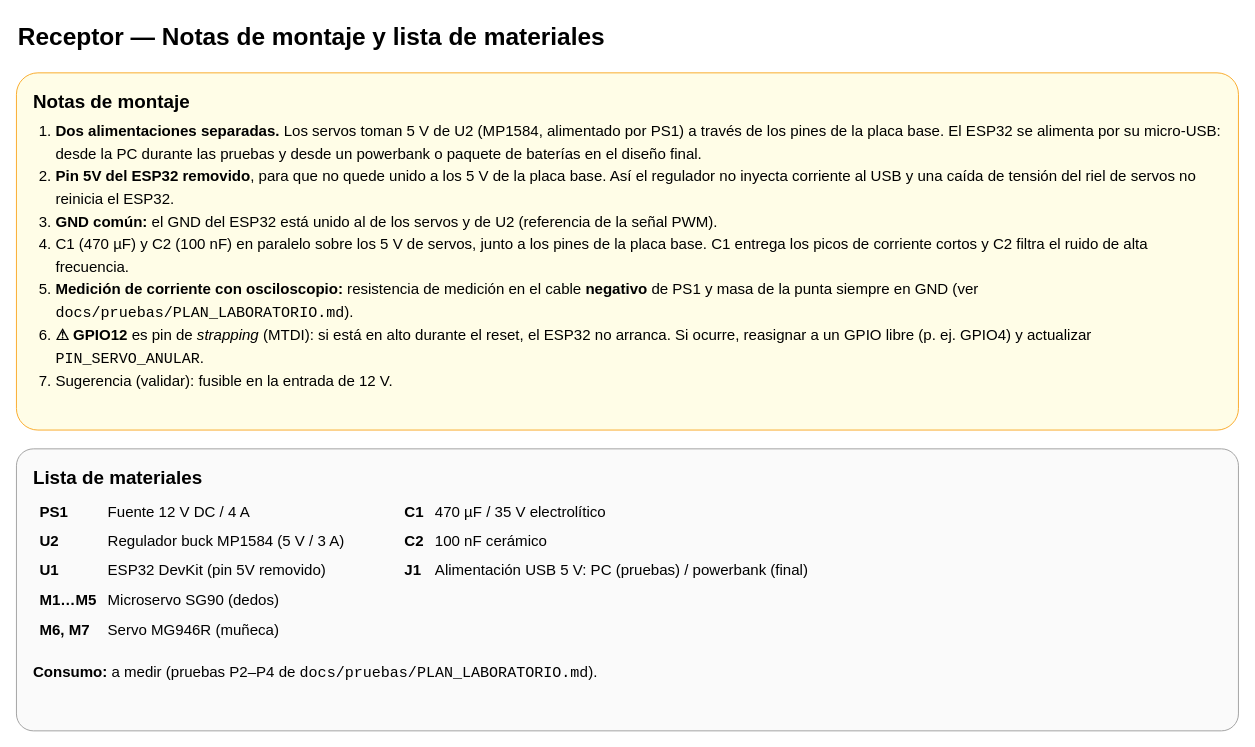
Before: page "Notas y materiales" (2 of 2) of Receptor/Conexionado_Receptor.drawio in sevastianamoroso/proyecto-mano, a draw.io diagram. Source tidied: cells renumbered, new cells numbered last; positions are measured from the earlier drawing's top-left corner, leaving out a move shared by most shapes. Both pictures are drawn from the tidied source at 94%, with x=0, y=0 at pixel (16, 16).
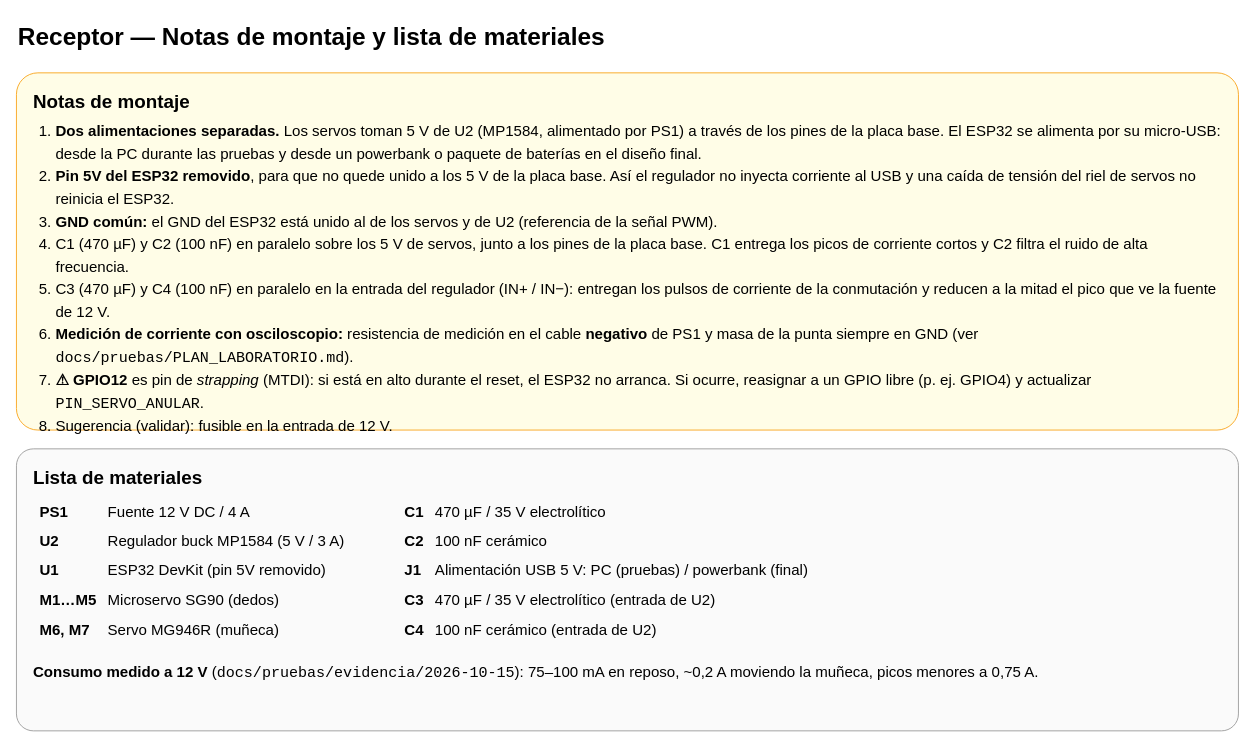
Above is the later version.

Change to the diagram source:
```diff
@@
 <mxGraphModel>
   <root>
     <mxCell id="0" />
     <mxCell id="1" parent="0" />
     <mxCell id="2" value="&lt;b style='font-size:26px'&gt;Receptor — Notas de montaje y lista de materiales&lt;/b&gt;" style="text;html=1;whiteSpace=wrap;fontSize=14;" parent="1" vertex="1">
       <mxGeometry width="1300" height="44" as="geometry" />
     </mxCell>
-    <mxCell id="3" value="&lt;b style='font-size:20px'&gt;Notas de montaje&lt;/b&gt;&lt;ol style='margin:8px 0 0 0;padding-left:24px;line-height:1.5'&gt;&lt;li&gt;&lt;b&gt;Dos alimentaciones separadas.&lt;/b&gt; Los servos toman 5 V de U2 (MP1584, alimentado por PS1) a través de los pines de la placa base. El ESP32 se alimenta por su micro-USB: desde la PC durante las pruebas y desde un powerbank o paquete de baterías en el diseño final.&lt;/li&gt;&lt;li&gt;&lt;b&gt;Pin 5V del ESP32 removido&lt;/b&gt;, para que no quede unido a los 5 V de la placa base. Así el regulador no inyecta corriente al USB y una caída de tensión del riel de servos no reinicia el ESP32.&lt;/li&gt;&lt;li&gt;&lt;b&gt;GND común:&lt;/b&gt; el GND del ESP32 está unido al de los servos y de U2 (referencia de la señal PWM).&lt;/li&gt;&lt;li&gt;C1 (470 µF) y C2 (100 nF) en paralelo sobre los 5 V de servos, junto a los pines de la placa base. C1 entrega los picos de corriente cortos y C2 filtra el ruido de alta frecuencia.&lt;/li&gt;&lt;li&gt;&lt;b&gt;Medición de corriente con osciloscopio:&lt;/b&gt; resistencia de medición en el cable &lt;b&gt;negativo&lt;/b&gt; de PS1 y masa de la punta siempre en GND (ver &lt;code&gt;docs/pruebas/PLAN_LABORATORIO.md&lt;/code&gt;).&lt;/li&gt;&lt;li&gt;&lt;b&gt;⚠ GPIO12&lt;/b&gt; es pin de &lt;i&gt;strapping&lt;/i&gt; (MTDI): si está en alto durante el reset, el ESP32 no arranca. Si ocurre, reasignar a un GPIO libre (p. ej. GPIO4) y actualizar &lt;code&gt;PIN_SERVO_ANULAR&lt;/code&gt;.&lt;/li&gt;&lt;li&gt;Sugerencia (validar): fusible en la entrada de 12 V.&lt;/li&gt;&lt;/ol&gt;" style="rounded=1;arcSize=6;whiteSpace=wrap;html=1;fontSize=14;align=left;verticalAlign=top;spacingLeft=16;spacingRight=16;spacingTop=12;fontSize=16;fillColor=#FFFDE7;strokeColor=#F9A825;" parent="1" vertex="1">
+    <mxCell id="3" value="&lt;b style='font-size:20px'&gt;Notas de montaje&lt;/b&gt;&lt;ol style='margin:8px 0 0 0;padding-left:24px;line-height:1.5'&gt;&lt;li&gt;&lt;b&gt;Dos alimentaciones separadas.&lt;/b&gt; Los servos toman 5 V de U2 (MP1584, alimentado por PS1) a través de los pines de la placa base. El ESP32 se alimenta por su micro-USB: desde la PC durante las pruebas y desde un powerbank o paquete de baterías en el diseño final.&lt;/li&gt;&lt;li&gt;&lt;b&gt;Pin 5V del ESP32 removido&lt;/b&gt;, para que no quede unido a los 5 V de la placa base. Así el regulador no inyecta corriente al USB y una caída de tensión del riel de servos no reinicia el ESP32.&lt;/li&gt;&lt;li&gt;&lt;b&gt;GND común:&lt;/b&gt; el GND del ESP32 está unido al de los servos y de U2 (referencia de la señal PWM).&lt;/li&gt;&lt;li&gt;C1 (470 µF) y C2 (100 nF) en paralelo sobre los 5 V de servos, junto a los pines de la placa base. C1 entrega los picos de corriente cortos y C2 filtra el ruido de alta frecuencia.&lt;/li&gt;&lt;li&gt;C3 (470 µF) y C4 (100 nF) en paralelo en la entrada del regulador (IN+ / IN−): entregan los pulsos de corriente de la conmutación y reducen a la mitad el pico que ve la fuente de 12 V.&lt;/li&gt;&lt;li&gt;&lt;b&gt;Medición de corriente con osciloscopio:&lt;/b&gt; resistencia de medición en el cable &lt;b&gt;negativo&lt;/b&gt; de PS1 y masa de la punta siempre en GND (ver &lt;code&gt;docs/pruebas/PLAN_LABORATORIO.md&lt;/code&gt;).&lt;/li&gt;&lt;li&gt;&lt;b&gt;⚠ GPIO12&lt;/b&gt; es pin de &lt;i&gt;strapping&lt;/i&gt; (MTDI): si está en alto durante el reset, el ESP32 no arranca. Si ocurre, reasignar a un GPIO libre (p. ej. GPIO4) y actualizar &lt;code&gt;PIN_SERVO_ANULAR&lt;/code&gt;.&lt;/li&gt;&lt;li&gt;Sugerencia (validar): fusible en la entrada de 12 V.&lt;/li&gt;&lt;/ol&gt;" style="rounded=1;arcSize=6;whiteSpace=wrap;html=1;fontSize=14;align=left;verticalAlign=top;spacingLeft=16;spacingRight=16;spacingTop=12;fontSize=16;fillColor=#FFFDE7;strokeColor=#F9A825;" parent="1" vertex="1">
       <mxGeometry y="60" width="1300" height="380" as="geometry" />
     </mxCell>
-    <mxCell id="4" value="&lt;b style='font-size:20px'&gt;Lista de materiales&lt;/b&gt;&lt;table style='font-size:16px;margin-top:8px' cellpadding='5'&gt;&lt;tr&gt;&lt;td&gt;&lt;b&gt;PS1&lt;/b&gt;&lt;/td&gt;&lt;td&gt;Fuente 12 V DC / 4 A&lt;/td&gt;&lt;td width='40'&gt;&lt;/td&gt;&lt;td&gt;&lt;b&gt;C1&lt;/b&gt;&lt;/td&gt;&lt;td&gt;470 µF / 35 V electrolítico&lt;/td&gt;&lt;/tr&gt;&lt;tr&gt;&lt;td&gt;&lt;b&gt;U2&lt;/b&gt;&lt;/td&gt;&lt;td&gt;Regulador buck MP1584 (5 V / 3 A)&lt;/td&gt;&lt;td&gt;&lt;/td&gt;&lt;td&gt;&lt;b&gt;C2&lt;/b&gt;&lt;/td&gt;&lt;td&gt;100 nF cerámico&lt;/td&gt;&lt;/tr&gt;&lt;tr&gt;&lt;td&gt;&lt;b&gt;U1&lt;/b&gt;&lt;/td&gt;&lt;td&gt;ESP32 DevKit (pin 5V removido)&lt;/td&gt;&lt;td&gt;&lt;/td&gt;&lt;td&gt;&lt;b&gt;J1&lt;/b&gt;&lt;/td&gt;&lt;td&gt;Alimentación USB 5 V: PC (pruebas) / powerbank (final)&lt;/td&gt;&lt;/tr&gt;&lt;tr&gt;&lt;td&gt;&lt;b&gt;M1…M5&lt;/b&gt;&lt;/td&gt;&lt;td&gt;Microservo SG90 (dedos)&lt;/td&gt;&lt;td&gt;&lt;/td&gt;&lt;td&gt;&lt;/td&gt;&lt;td&gt;&lt;/td&gt;&lt;/tr&gt;&lt;tr&gt;&lt;td&gt;&lt;b&gt;M6, M7&lt;/b&gt;&lt;/td&gt;&lt;td&gt;Servo MG946R (muñeca)&lt;/td&gt;&lt;td&gt;&lt;/td&gt;&lt;td&gt;&lt;/td&gt;&lt;td&gt;&lt;/td&gt;&lt;/tr&gt;&lt;/table&gt;&lt;br&gt;&lt;b&gt;Consumo:&lt;/b&gt; a medir (pruebas P2–P4 de &lt;code&gt;docs/pruebas/PLAN_LABORATORIO.md&lt;/code&gt;)." style="rounded=1;arcSize=6;whiteSpace=wrap;html=1;fontSize=14;align=left;verticalAlign=top;spacingLeft=16;spacingRight=16;spacingTop=12;fontSize=16;fillColor=#FAFAFA;strokeColor=#9E9E9E;" parent="1" vertex="1">
+    <mxCell id="4" value="&lt;b style='font-size:20px'&gt;Lista de materiales&lt;/b&gt;&lt;table style='font-size:16px;margin-top:8px' cellpadding='5'&gt;&lt;tr&gt;&lt;td&gt;&lt;b&gt;PS1&lt;/b&gt;&lt;/td&gt;&lt;td&gt;Fuente 12 V DC / 4 A&lt;/td&gt;&lt;td width='40'&gt;&lt;/td&gt;&lt;td&gt;&lt;b&gt;C1&lt;/b&gt;&lt;/td&gt;&lt;td&gt;470 µF / 35 V electrolítico&lt;/td&gt;&lt;/tr&gt;&lt;tr&gt;&lt;td&gt;&lt;b&gt;U2&lt;/b&gt;&lt;/td&gt;&lt;td&gt;Regulador buck MP1584 (5 V / 3 A)&lt;/td&gt;&lt;td&gt;&lt;/td&gt;&lt;td&gt;&lt;b&gt;C2&lt;/b&gt;&lt;/td&gt;&lt;td&gt;100 nF cerámico&lt;/td&gt;&lt;/tr&gt;&lt;tr&gt;&lt;td&gt;&lt;b&gt;U1&lt;/b&gt;&lt;/td&gt;&lt;td&gt;ESP32 DevKit (pin 5V removido)&lt;/td&gt;&lt;td&gt;&lt;/td&gt;&lt;td&gt;&lt;b&gt;J1&lt;/b&gt;&lt;/td&gt;&lt;td&gt;Alimentación USB 5 V: PC (pruebas) / powerbank (final)&lt;/td&gt;&lt;/tr&gt;&lt;tr&gt;&lt;td&gt;&lt;b&gt;M1…M5&lt;/b&gt;&lt;/td&gt;&lt;td&gt;Microservo SG90 (dedos)&lt;/td&gt;&lt;td&gt;&lt;/td&gt;&lt;td&gt;&lt;b&gt;C3&lt;/b&gt;&lt;/td&gt;&lt;td&gt;470 µF / 35 V electrolítico (entrada de U2)&lt;/td&gt;&lt;/tr&gt;&lt;tr&gt;&lt;td&gt;&lt;b&gt;M6, M7&lt;/b&gt;&lt;/td&gt;&lt;td&gt;Servo MG946R (muñeca)&lt;/td&gt;&lt;td&gt;&lt;/td&gt;&lt;td&gt;&lt;b&gt;C4&lt;/b&gt;&lt;/td&gt;&lt;td&gt;100 nF cerámico (entrada de U2)&lt;/td&gt;&lt;/tr&gt;&lt;/table&gt;&lt;br&gt;&lt;b&gt;Consumo medido a 12 V&lt;/b&gt; (&lt;code&gt;docs/pruebas/evidencia/2026-10-15&lt;/code&gt;): 75–100 mA en reposo, ~0,2 A moviendo la muñeca, picos menores a 0,75 A." style="rounded=1;arcSize=6;whiteSpace=wrap;html=1;fontSize=14;align=left;verticalAlign=top;spacingLeft=16;spacingRight=16;spacingTop=12;fontSize=16;fillColor=#FAFAFA;strokeColor=#9E9E9E;" parent="1" vertex="1">
       <mxGeometry y="460" width="1300" height="300" as="geometry" />
     </mxCell>
   </root>
 </mxGraphModel>
```
